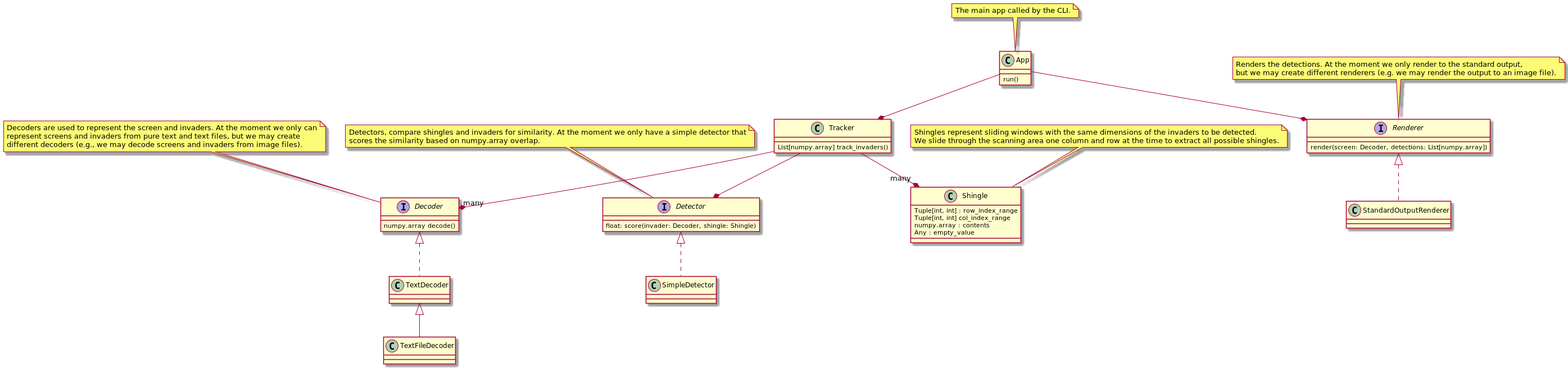
marciogualtieri/alien-tracker keeps this PlantUML diagram as images/app.png. Above is the earlier version.
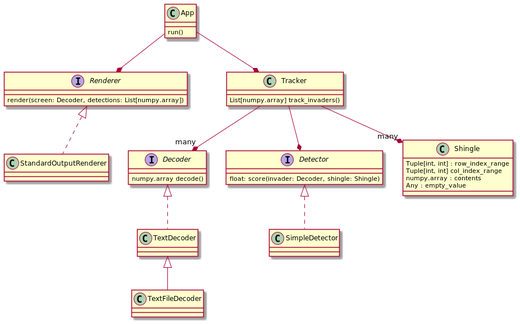
After the change.

Commit message:
Removing notes from diagram, too clutered. Describing it in README.rst instead.

Change to the diagram source:
```diff
@@ -43,29 +43,4 @@
 Tracker --* Detector
 Tracker --* "many" Shingle
 
-note top of App
-The main app called by the CLI.
-end note
-
-note top of Renderer
-Renders the detections. At the moment we only render to the standard output,
-but we may create different renderers (e.g. we may render the output to an image file).
-end note
-
-note top of Decoder
-Decoders are used to represent the screen and invaders. At the moment we only can
-represent screens and invaders from pure text and text files, but we may create
-different decoders (e.g., we may decode screens and invaders from image files).
-end note
-
-note top of Detector
-Detectors, compare shingles and invaders for similarity. At the moment we only have a simple detector that
-scores the similarity based on numpy.array overlap.
-end note
-
-note top of Shingle
-Shingles represent sliding windows with the same dimensions of the invaders to be detected.
-We slide through the scanning area one column and row at the time to extract all possible shingles.
-end note
-
 @enduml
```
